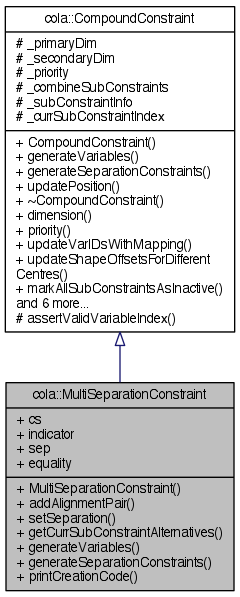
The Graphviz diagram documentation/classcola_1_1MultiSeparationConstraint__inherit__graph.png in mjwybrow/adaptagrams, before a commit. Its source is kept beside it as documentation/classcola_1_1MultiSeparationConstraint__inherit__graph.dot.
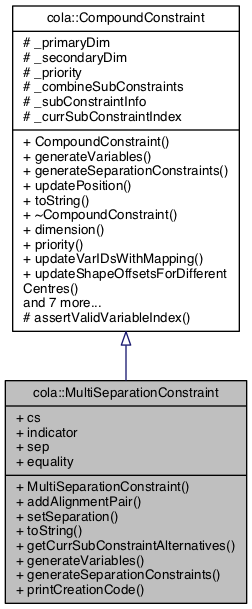
The same diagram one commit later.

What changed in the source:
```diff
@@ -2,7 +2,7 @@
 {
   edge [fontname="Helvetica",fontsize="10",labelfontname="Helvetica",labelfontsize="10"];
   node [fontname="Helvetica",fontsize="10",shape=record];
-  Node1 [label="{cola::MultiSeparationConstraint\n|+ cs\l+ indicator\l+ sep\l+ equality\l|+ MultiSeparationConstraint()\l+ addAlignmentPair()\l+ setSeparation()\l+ getCurrSubConstraintAlternatives()\l+ generateVariables()\l+ generateSeparationConstraints()\l+ printCreationCode()\l}",height=0.2,width=0.4,color="black", fillcolor="grey75", style="filled" fontcolor="black"];
+  Node1 [label="{cola::MultiSeparationConstraint\n|+ cs\l+ indicator\l+ sep\l+ equality\l|+ MultiSeparationConstraint()\l+ addAlignmentPair()\l+ setSeparation()\l+ toString()\l+ getCurrSubConstraintAlternatives()\l+ generateVariables()\l+ generateSeparationConstraints()\l+ printCreationCode()\l}",height=0.2,width=0.4,color="black", fillcolor="grey75", style="filled", fontcolor="black"];
   Node2 -> Node1 [dir="back",color="midnightblue",fontsize="10",style="solid",arrowtail="onormal",fontname="Helvetica"];
-  Node2 [label="{cola::CompoundConstraint\n|# _primaryDim\l# _secondaryDim\l# _priority\l# _combineSubConstraints\l# _subConstraintInfo\l# _currSubConstraintIndex\l|+ CompoundConstraint()\l+ generateVariables()\l+ generateSeparationConstraints()\l+ updatePosition()\l+ ~CompoundConstraint()\l+ dimension()\l+ priority()\l+ updateVarIDsWithMapping()\l+ updateShapeOffsetsForDifferent\lCentres()\l+ markAllSubConstraintsAsInactive()\land 6 more...\l# assertValidVariableIndex()\l}",height=0.2,width=0.4,color="black", fillcolor="white", style="filled",URL="$classcola_1_1CompoundConstraint.html",tooltip="An abstract base class for all high-level compound constraints."];
+  Node2 [label="{cola::CompoundConstraint\n|# _primaryDim\l# _secondaryDim\l# _priority\l# _combineSubConstraints\l# _subConstraintInfo\l# _currSubConstraintIndex\l|+ CompoundConstraint()\l+ generateVariables()\l+ generateSeparationConstraints()\l+ updatePosition()\l+ toString()\l+ ~CompoundConstraint()\l+ dimension()\l+ priority()\l+ updateVarIDsWithMapping()\l+ updateShapeOffsetsForDifferent\lCentres()\land 7 more...\l# assertValidVariableIndex()\l}",height=0.2,width=0.4,color="black", fillcolor="white", style="filled",URL="$classcola_1_1CompoundConstraint.html",tooltip="An abstract base class for all high-level compound constraints. "];
 }
```
